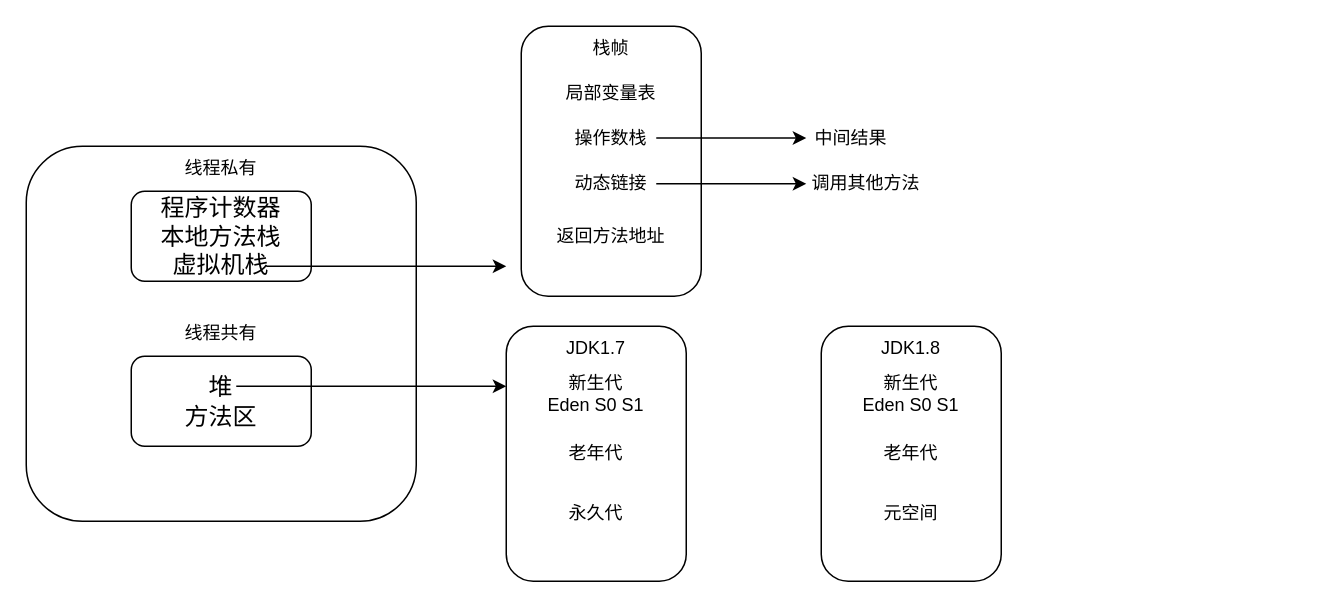
Before: JVM.drawio in 1155200424/diagrams, a draw.io diagram. Source tidied: cells renumbered, new cells numbered last; positions are measured from the earlier drawing's top-left corner, leaving out a move shared by most shapes. Both pictures are drawn from the tidied source at 150%, with x=0, y=0 at pixel (26, 26).
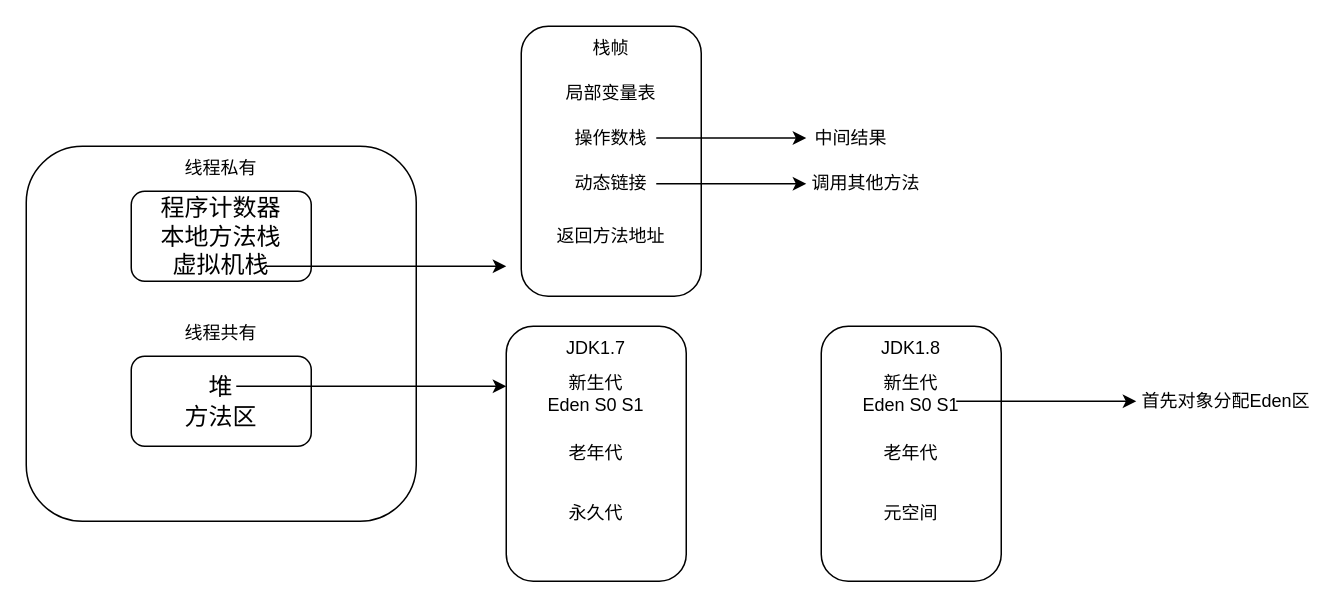
The same page after the edit.

What changed in the source:
```diff
@@
+    <mxCell id="29" style="endArrow=classic;html=1;rounded=0;" parent="1" edge="1">
+      <mxGeometry relative="1" as="geometry">
+        <mxPoint x="620" y="250" as="sourcePoint" />
+        <mxPoint x="740" y="250" as="targetPoint" />
+      </mxGeometry>
+    </mxCell>
+    <mxCell id="30" value="首先对象分配Eden区" style="text;html=1;align=center;verticalAlign=middle;whiteSpace=wrap;rounded=0;" parent="1" vertex="1">
+      <mxGeometry x="740" y="232.5" width="120" height="35" as="geometry" />
+    </mxCell>
```
